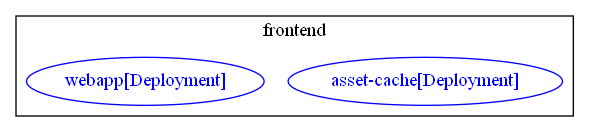
The Graphviz diagram test_outputs/connlist/acs_security_frontend_demos_connlist_output.dot.png in np-guard/netpol-analyzer, before a commit. Its source is kept beside it as test_outputs/connlist/acs_security_frontend_demos_connlist_output.dot. Its diagram source:
```dot
digraph {
	subgraph "cluster_frontend" {
		color="black"
		fontcolor="black"
		"frontend/asset-cache[Deployment]" [label="asset-cache[Deployment]" color="blue" fontcolor="blue"]
		"frontend/webapp[Deployment]" [label="webapp[Deployment]" color="blue" fontcolor="blue"]
		label="frontend"
	}
}
```
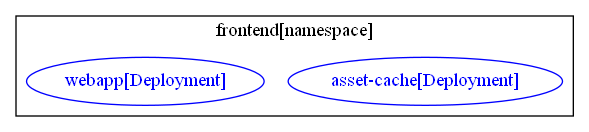
The same file after the commit.

The edit, as a diff of the source:
```diff
@@ -1,9 +1,9 @@
 digraph {
-	subgraph "cluster_frontend" {
+	subgraph "cluster_frontend[namespace]" {
 		color="black"
 		fontcolor="black"
 		"frontend/asset-cache[Deployment]" [label="asset-cache[Deployment]" color="blue" fontcolor="blue"]
 		"frontend/webapp[Deployment]" [label="webapp[Deployment]" color="blue" fontcolor="blue"]
-		label="frontend"
+		label="frontend[namespace]"
 	}
 }
```
